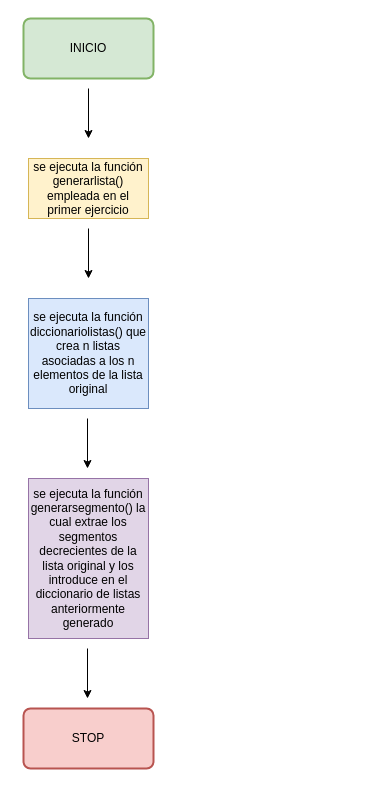
Above: flowcharts/Ejercicio3Flowchart.drawio in jmedina28/EjerciciosOrdenar (draw.io), before the change. Source tidied: cells renumbered, new cells numbered last; positions are measured from the earlier drawing's top-left corner, leaving out a move shared by most shapes. Both pictures are drawn from the tidied source at 100%, with x=0, y=0 at pixel (23, 18).
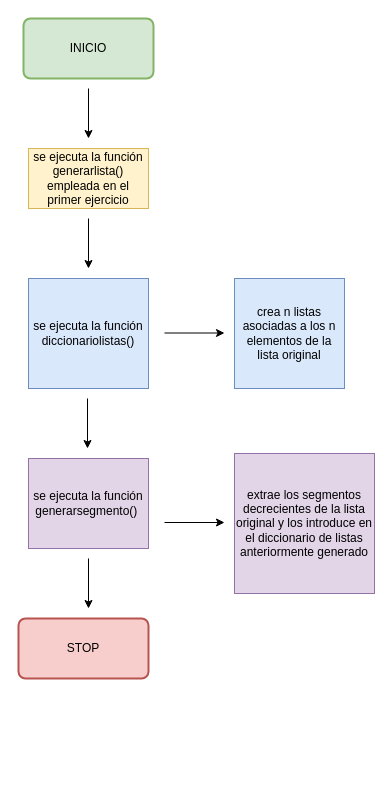
After the change.

What changed in the source:
```diff
@@
     <mxCell id="4" value="se ejecuta la función generarlista() empleada en el primer ejercicio" style="rounded=0;whiteSpace=wrap;html=1;fillColor=#fff2cc;strokeColor=#d6b656;" parent="1" vertex="1">
-      <mxGeometry x="5" y="140" width="120" height="60" as="geometry" />
+      <mxGeometry x="5" y="130" width="120" height="60" as="geometry" />
     </mxCell>
     <mxCell id="5" style="endArrow=classic;html=1;rounded=0;" parent="1" edge="1">
       <mxGeometry relative="1" as="geometry">
-        <mxPoint x="65" y="210" as="sourcePoint" />
-        <mxPoint x="65" y="260" as="targetPoint" />
+        <mxPoint x="65" y="200" as="sourcePoint" />
+        <mxPoint x="65" y="250" as="targetPoint" />
       </mxGeometry>
     </mxCell>
     <mxCell id="6" style="endArrow=classic;html=1;rounded=0;" parent="1" edge="1">
       <mxGeometry relative="1" as="geometry">
-        <mxPoint x="64" y="400" as="sourcePoint" />
-        <mxPoint x="64" y="450" as="targetPoint" />
+        <mxPoint x="64" y="380" as="sourcePoint" />
+        <mxPoint x="64" y="430" as="targetPoint" />
       </mxGeometry>
     </mxCell>
-    <mxCell id="7" value="se ejecuta la función diccionariolistas() que crea n listas asociadas a los n elementos de la lista original" style="rounded=0;whiteSpace=wrap;html=1;fillColor=#dae8fc;strokeColor=#6c8ebf;" parent="1" vertex="1">
-      <mxGeometry x="5" y="280" width="120" height="110" as="geometry" />
+    <mxCell id="7" value="se ejecuta la función diccionariolistas()" style="rounded=0;whiteSpace=wrap;html=1;fillColor=#dae8fc;strokeColor=#6c8ebf;" parent="1" vertex="1">
+      <mxGeometry x="5" y="260" width="120" height="110" as="geometry" />
     </mxCell>
-    <mxCell id="8" value="se ejecuta la función generarsegmento() la cual extrae los segmentos decrecientes de la lista original y los introduce en el diccionario de listas anteriormente generado" style="rounded=0;whiteSpace=wrap;html=1;fillColor=#e1d5e7;strokeColor=#9673a6;" parent="1" vertex="1">
-      <mxGeometry x="5" y="460" width="120" height="160" as="geometry" />
+    <mxCell id="8" value="se ejecuta la función generarsegmento()&amp;nbsp;" style="rounded=0;whiteSpace=wrap;html=1;fillColor=#e1d5e7;strokeColor=#9673a6;" parent="1" vertex="1">
+      <mxGeometry x="5" y="440" width="120" height="90" as="geometry" />
     </mxCell>
     <mxCell id="9" value="STOP" style="rounded=1;whiteSpace=wrap;html=1;absoluteArcSize=1;arcSize=14;strokeWidth=2;fillColor=#f8cecc;strokeColor=#b85450;" parent="1" vertex="1">
-      <mxGeometry y="690" width="130" height="60" as="geometry" />
+      <mxGeometry x="-5" y="600" width="130" height="60" as="geometry" />
     </mxCell>
     <mxCell id="10" style="endArrow=classic;html=1;rounded=0;" parent="1" edge="1">
       <mxGeometry relative="1" as="geometry">
-        <mxPoint x="64" y="630" as="sourcePoint" />
-        <mxPoint x="64" y="680" as="targetPoint" />
+        <mxPoint x="65" y="540" as="sourcePoint" />
+        <mxPoint x="65" y="590" as="targetPoint" />
       </mxGeometry>
     </mxCell>
+    <mxCell id="11" style="endArrow=classic;html=1;rounded=0;" parent="1" edge="1">
+      <mxGeometry relative="1" as="geometry">
+        <mxPoint x="141" y="314.5" as="sourcePoint" />
+        <mxPoint x="201" y="314.5" as="targetPoint" />
+      </mxGeometry>
+    </mxCell>
+    <mxCell id="12" value="&lt;span&gt;crea n listas asociadas a los n elementos de la lista original&lt;/span&gt;" style="whiteSpace=wrap;html=1;fillColor=#dae8fc;strokeColor=#6c8ebf;" parent="1" vertex="1">
+      <mxGeometry x="211" y="260" width="110" height="110" as="geometry" />
+    </mxCell>
+    <mxCell id="13" value="&lt;span&gt;extrae los segmentos decrecientes de la lista original y los introduce en el diccionario de listas anteriormente generado&lt;/span&gt;" style="whiteSpace=wrap;html=1;fillColor=#e1d5e7;strokeColor=#9673a6;" parent="1" vertex="1">
+      <mxGeometry x="211" y="435" width="140" height="140" as="geometry" />
+    </mxCell>
+    <mxCell id="14" style="endArrow=classic;html=1;rounded=0;" parent="1" edge="1">
+      <mxGeometry relative="1" as="geometry">
+        <mxPoint x="141" y="504" as="sourcePoint" />
+        <mxPoint x="201" y="504" as="targetPoint" />
+      </mxGeometry>
+    </mxCell>
```
